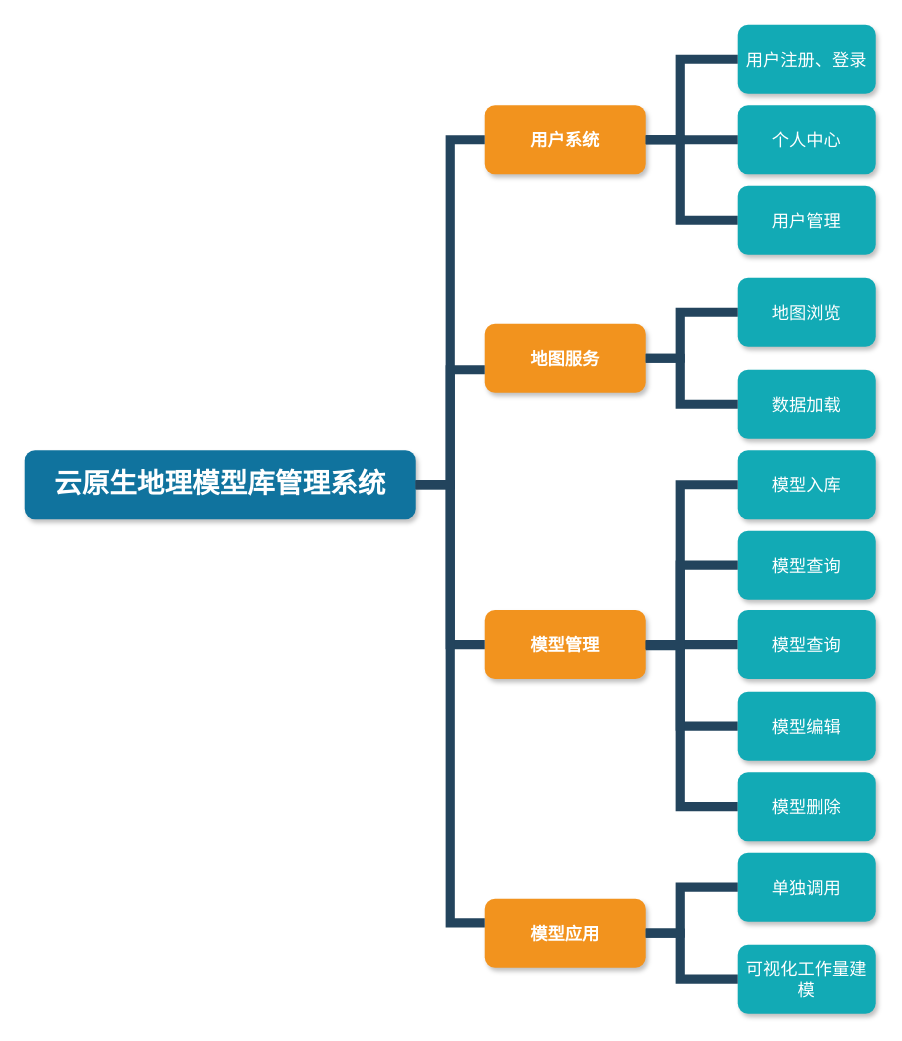
Above: 本科毕设/功能模块设计.drawio in Orangon/drawio-digrams (draw.io), before the change. Source tidied: cells renumbered, new cells numbered last; positions are measured from the earlier drawing's top-left corner, leaving out a move shared by most shapes. Both pictures are drawn from the tidied source at 115%, with x=0, y=0 at pixel (24, 24).
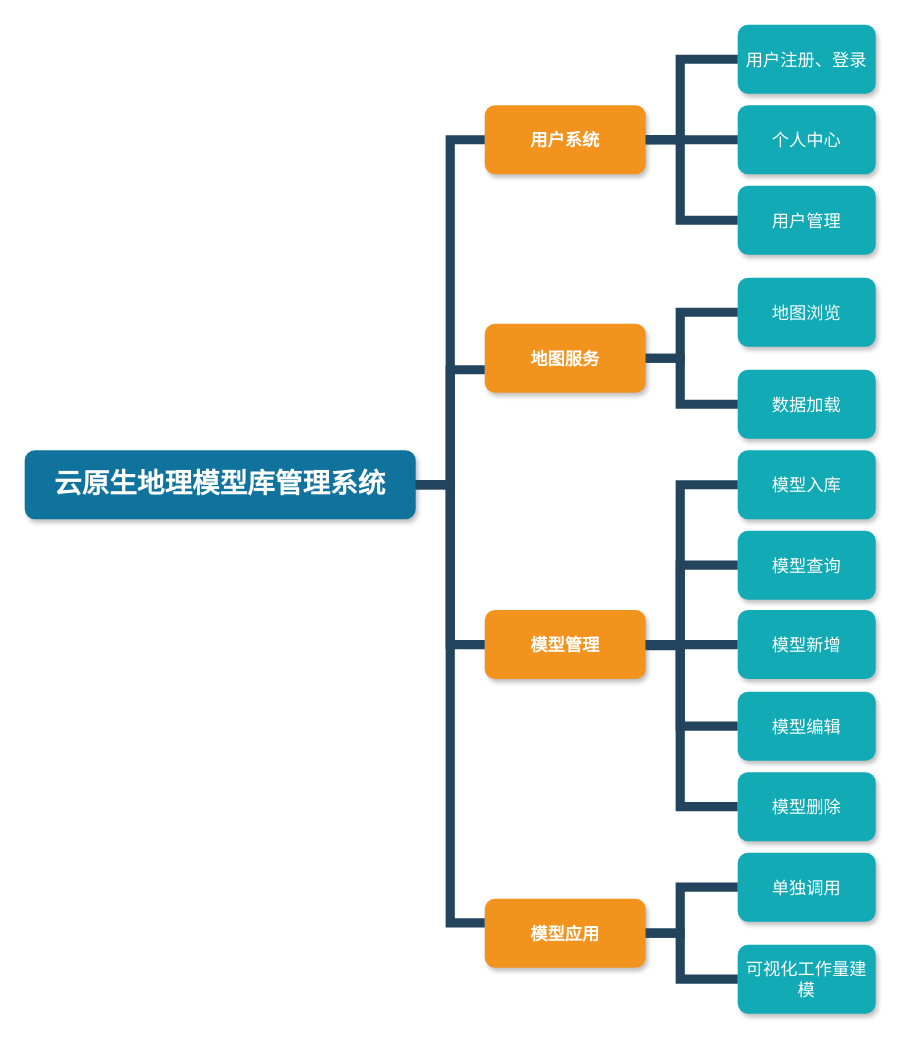
Above is the later version.

Diff of the diagram source:
```diff
@@
-    <mxCell id="32" value="模型查询" style="whiteSpace=wrap;rounded=1;fillColor=#12AAB5;strokeColor=none;shadow=1;fontColor=#FFFFFF;fontSize=15;" parent="1" vertex="1">
+    <mxCell id="32" value="模型新增" style="whiteSpace=wrap;rounded=1;fillColor=#12AAB5;strokeColor=none;shadow=1;fontColor=#FFFFFF;fontSize=15;" parent="1" vertex="1">
       <mxGeometry x="620" y="509" width="120" height="60" as="geometry" />
     </mxCell>
```
